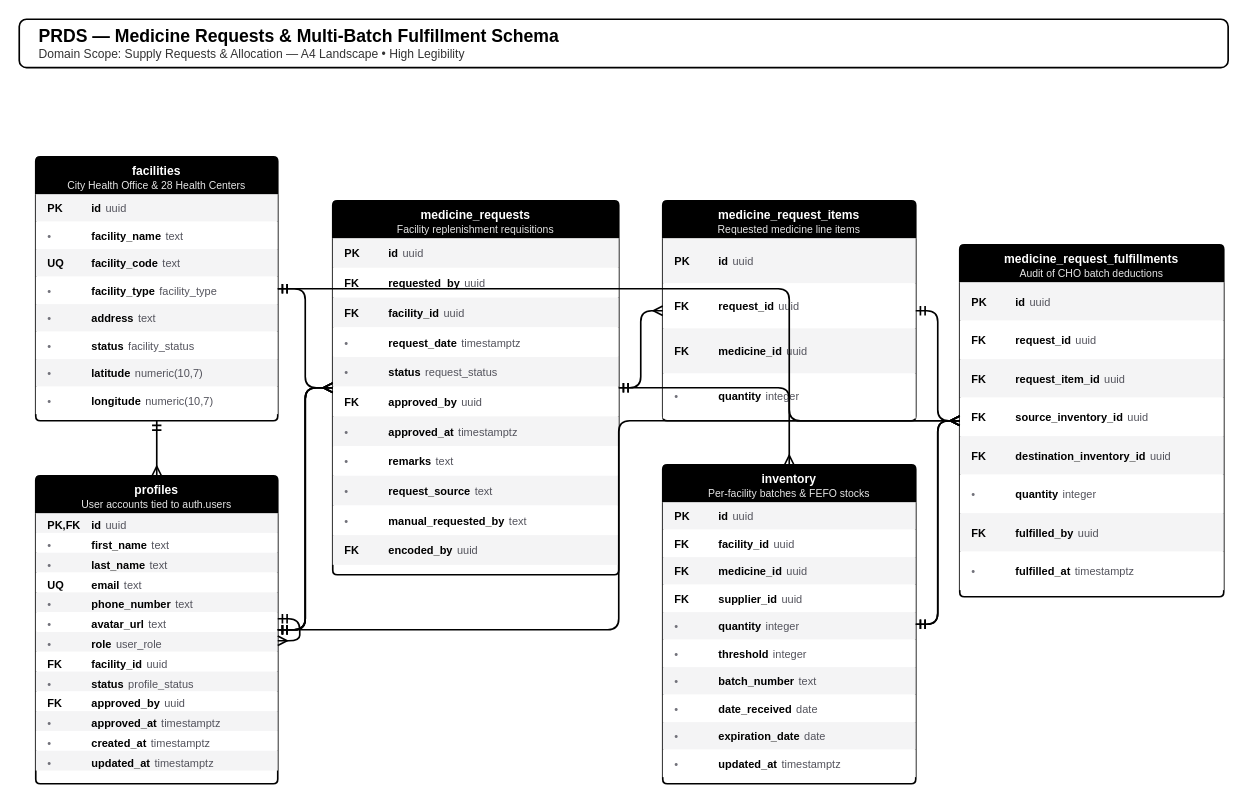
jooossshhhhh/pharmaceutical-resources-distribution-system keeps this draw.io diagram as page "3. Supply Requests & Batch Allocation" (6 of 9) of database/prds_erd_schema_a4.drawio. Above is the earlier version. Source tidied: cells renumbered, new cells numbered last; positions are measured from the earlier drawing's top-left corner, leaving out a move shared by most shapes. Both pictures are drawn from the tidied source at 110%, with x=0, y=0 at pixel (19, 19).
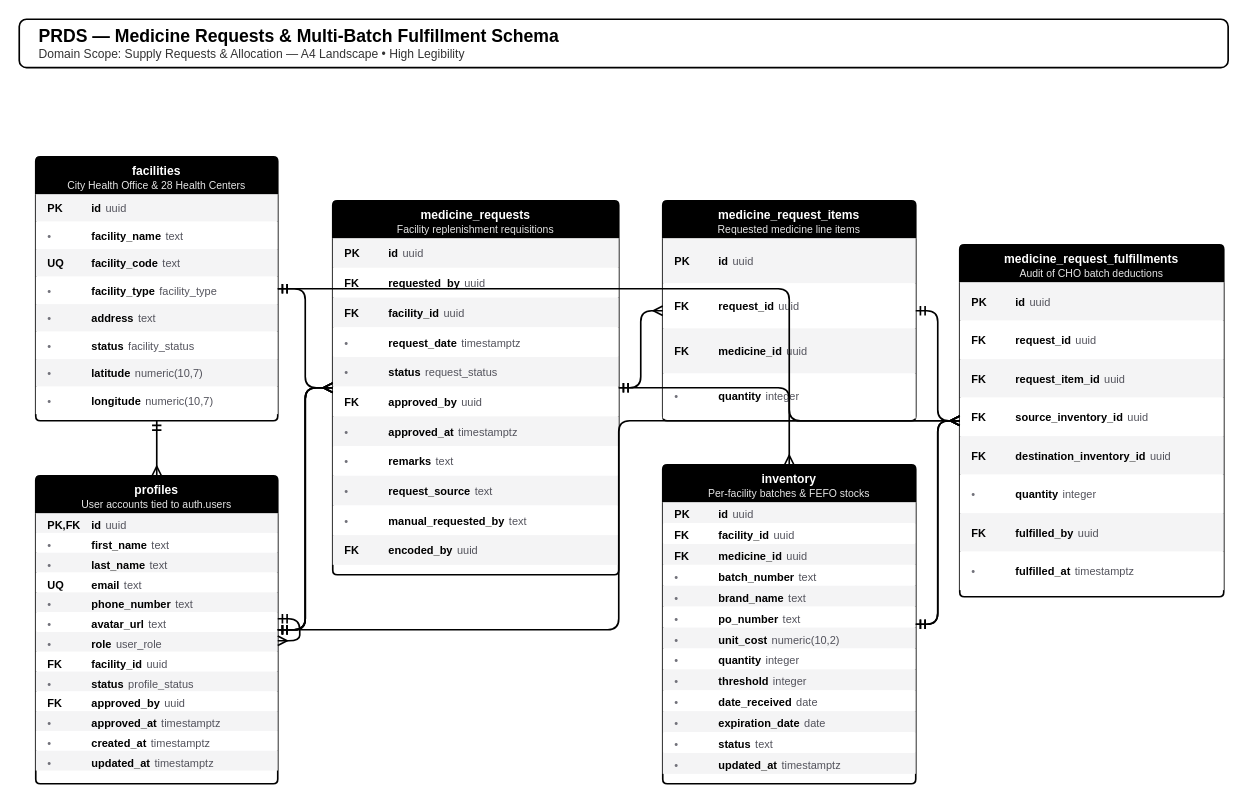
The same page after the edit.

The change refers to these unchanged cells:
```xml
<mxCell id="26" value="&lt;b&gt;inventory&lt;/b&gt;&lt;br&gt;&lt;font style=&quot;font-size:9.5px;font-weight:normal;opacity:0.9;&quot;&gt;Per-facility batches &amp; FEFO stocks&lt;/font&gt;" style="swimlane;fontStyle=0;align=center;verticalAlign=top;horizontal=1;startSize=34;whiteSpace=wrap;html=1;fillColor=#000000;fontColor=#ffffff;strokeColor=#000000;strokeWidth=1.5;rounded=1;arcSize=4;shadow=0;fontSize=11;fontFamily=Helvetica;" parent="1" vertex="1">
  <mxGeometry x="585" y="405" width="230" height="290" as="geometry" />
</mxCell>
```

Change to the diagram source:
```diff
@@
     <mxCell id="27" value="&lt;table width=&quot;100%&quot; style=&quot;font-size:10px;font-family:Helvetica;&quot;&gt;&lt;tr&gt;&lt;td width=&quot;36&quot;&gt;&lt;b style=&quot;color:#000000;&quot;&gt;PK&lt;/b&gt;&lt;/td&gt;&lt;td&gt;&lt;b style=&quot;color:#000000;&quot;&gt;id&lt;/b&gt;&lt;/td&gt;&lt;td align=&quot;right&quot; style=&quot;color:#52525b;&quot;&gt;uuid&lt;/td&gt;&lt;/tr&gt;&lt;/table&gt;" style="text;strokeColor=none;fillColor=#f4f4f5;align=left;verticalAlign=middle;spacingLeft=6;spacingRight=6;overflow=hidden;whiteSpace=wrap;html=1;" parent="26" vertex="1">
-      <mxGeometry y="34" width="230" height="25" as="geometry" />
+      <mxGeometry y="34" width="230" height="19" as="geometry" />
     </mxCell>
     <mxCell id="28" value="&lt;table width=&quot;100%&quot; style=&quot;font-size:10px;font-family:Helvetica;&quot;&gt;&lt;tr&gt;&lt;td width=&quot;36&quot;&gt;&lt;b style=&quot;color:#000000;&quot;&gt;FK&lt;/b&gt;&lt;/td&gt;&lt;td&gt;&lt;b style=&quot;color:#000000;&quot;&gt;facility_id&lt;/b&gt;&lt;/td&gt;&lt;td align=&quot;right&quot; style=&quot;color:#52525b;&quot;&gt;uuid&lt;/td&gt;&lt;/tr&gt;&lt;/table&gt;" style="text;strokeColor=none;fillColor=#ffffff;align=left;verticalAlign=middle;spacingLeft=6;spacingRight=6;overflow=hidden;whiteSpace=wrap;html=1;" parent="26" vertex="1">
-      <mxGeometry y="59" width="230" height="25" as="geometry" />
+      <mxGeometry y="53" width="230" height="19" as="geometry" />
     </mxCell>
     <mxCell id="29" value="&lt;table width=&quot;100%&quot; style=&quot;font-size:10px;font-family:Helvetica;&quot;&gt;&lt;tr&gt;&lt;td width=&quot;36&quot;&gt;&lt;b style=&quot;color:#000000;&quot;&gt;FK&lt;/b&gt;&lt;/td&gt;&lt;td&gt;&lt;b style=&quot;color:#000000;&quot;&gt;medicine_id&lt;/b&gt;&lt;/td&gt;&lt;td align=&quot;right&quot; style=&quot;color:#52525b;&quot;&gt;uuid&lt;/td&gt;&lt;/tr&gt;&lt;/table&gt;" style="text;strokeColor=none;fillColor=#f4f4f5;align=left;verticalAlign=middle;spacingLeft=6;spacingRight=6;overflow=hidden;whiteSpace=wrap;html=1;" parent="26" vertex="1">
-      <mxGeometry y="84" width="230" height="25" as="geometry" />
+      <mxGeometry y="72" width="230" height="19" as="geometry" />
     </mxCell>
-    <mxCell id="30" value="&lt;table width=&quot;100%&quot; style=&quot;font-size:10px;font-family:Helvetica;&quot;&gt;&lt;tr&gt;&lt;td width=&quot;36&quot;&gt;&lt;b style=&quot;color:#000000;&quot;&gt;FK&lt;/b&gt;&lt;/td&gt;&lt;td&gt;&lt;b style=&quot;color:#000000;&quot;&gt;supplier_id&lt;/b&gt;&lt;/td&gt;&lt;td align=&quot;right&quot; style=&quot;color:#52525b;&quot;&gt;uuid&lt;/td&gt;&lt;/tr&gt;&lt;/table&gt;" style="text;strokeColor=none;fillColor=#ffffff;align=left;verticalAlign=middle;spacingLeft=6;spacingRight=6;overflow=hidden;whiteSpace=wrap;html=1;" parent="26" vertex="1">
-      <mxGeometry y="109" width="230" height="25" as="geometry" />
+    <mxCell id="30" value="&lt;table width=&quot;100%&quot; style=&quot;font-size:10px;font-family:Helvetica;&quot;&gt;&lt;tr&gt;&lt;td width=&quot;36&quot;&gt;&lt;span style=&quot;color:#71717a;&quot;&gt;•&lt;/span&gt;&lt;/td&gt;&lt;td&gt;&lt;b style=&quot;color:#000000;&quot;&gt;batch_number&lt;/b&gt;&lt;/td&gt;&lt;td align=&quot;right&quot; style=&quot;color:#52525b;&quot;&gt;text&lt;/td&gt;&lt;/tr&gt;&lt;/table&gt;" style="text;strokeColor=none;fillColor=#ffffff;align=left;verticalAlign=middle;spacingLeft=6;spacingRight=6;overflow=hidden;whiteSpace=wrap;html=1;" parent="26" vertex="1">
+      <mxGeometry y="91" width="230" height="19" as="geometry" />
     </mxCell>
-    <mxCell id="31" value="&lt;table width=&quot;100%&quot; style=&quot;font-size:10px;font-family:Helvetica;&quot;&gt;&lt;tr&gt;&lt;td width=&quot;36&quot;&gt;&lt;span style=&quot;color:#71717a;&quot;&gt;•&lt;/span&gt;&lt;/td&gt;&lt;td&gt;&lt;b style=&quot;color:#000000;&quot;&gt;quantity&lt;/b&gt;&lt;/td&gt;&lt;td align=&quot;right&quot; style=&quot;color:#52525b;&quot;&gt;integer&lt;/td&gt;&lt;/tr&gt;&lt;/table&gt;" style="text;strokeColor=none;fillColor=#f4f4f5;align=left;verticalAlign=middle;spacingLeft=6;spacingRight=6;overflow=hidden;whiteSpace=wrap;html=1;" parent="26" vertex="1">
-      <mxGeometry y="134" width="230" height="25" as="geometry" />
+    <mxCell id="31" value="&lt;table width=&quot;100%&quot; style=&quot;font-size:10px;font-family:Helvetica;&quot;&gt;&lt;tr&gt;&lt;td width=&quot;36&quot;&gt;&lt;span style=&quot;color:#71717a;&quot;&gt;•&lt;/span&gt;&lt;/td&gt;&lt;td&gt;&lt;b style=&quot;color:#000000;&quot;&gt;brand_name&lt;/b&gt;&lt;/td&gt;&lt;td align=&quot;right&quot; style=&quot;color:#52525b;&quot;&gt;text&lt;/td&gt;&lt;/tr&gt;&lt;/table&gt;" style="text;strokeColor=none;fillColor=#f4f4f5;align=left;verticalAlign=middle;spacingLeft=6;spacingRight=6;overflow=hidden;whiteSpace=wrap;html=1;" parent="26" vertex="1">
+      <mxGeometry y="110" width="230" height="19" as="geometry" />
     </mxCell>
-    <mxCell id="32" value="&lt;table width=&quot;100%&quot; style=&quot;font-size:10px;font-family:Helvetica;&quot;&gt;&lt;tr&gt;&lt;td width=&quot;36&quot;&gt;&lt;span style=&quot;color:#71717a;&quot;&gt;•&lt;/span&gt;&lt;/td&gt;&lt;td&gt;&lt;b style=&quot;color:#000000;&quot;&gt;threshold&lt;/b&gt;&lt;/td&gt;&lt;td align=&quot;right&quot; style=&quot;color:#52525b;&quot;&gt;integer&lt;/td&gt;&lt;/tr&gt;&lt;/table&gt;" style="text;strokeColor=none;fillColor=#ffffff;align=left;verticalAlign=middle;spacingLeft=6;spacingRight=6;overflow=hidden;whiteSpace=wrap;html=1;" parent="26" vertex="1">
-      <mxGeometry y="159" width="230" height="25" as="geometry" />
+    <mxCell id="32" value="&lt;table width=&quot;100%&quot; style=&quot;font-size:10px;font-family:Helvetica;&quot;&gt;&lt;tr&gt;&lt;td width=&quot;36&quot;&gt;&lt;span style=&quot;color:#71717a;&quot;&gt;•&lt;/span&gt;&lt;/td&gt;&lt;td&gt;&lt;b style=&quot;color:#000000;&quot;&gt;po_number&lt;/b&gt;&lt;/td&gt;&lt;td align=&quot;right&quot; style=&quot;color:#52525b;&quot;&gt;text&lt;/td&gt;&lt;/tr&gt;&lt;/table&gt;" style="text;strokeColor=none;fillColor=#ffffff;align=left;verticalAlign=middle;spacingLeft=6;spacingRight=6;overflow=hidden;whiteSpace=wrap;html=1;" parent="26" vertex="1">
+      <mxGeometry y="129" width="230" height="19" as="geometry" />
     </mxCell>
-    <mxCell id="33" value="&lt;table width=&quot;100%&quot; style=&quot;font-size:10px;font-family:Helvetica;&quot;&gt;&lt;tr&gt;&lt;td width=&quot;36&quot;&gt;&lt;span style=&quot;color:#71717a;&quot;&gt;•&lt;/span&gt;&lt;/td&gt;&lt;td&gt;&lt;b style=&quot;color:#000000;&quot;&gt;batch_number&lt;/b&gt;&lt;/td&gt;&lt;td align=&quot;right&quot; style=&quot;color:#52525b;&quot;&gt;text&lt;/td&gt;&lt;/tr&gt;&lt;/table&gt;" style="text;strokeColor=none;fillColor=#f4f4f5;align=left;verticalAlign=middle;spacingLeft=6;spacingRight=6;overflow=hidden;whiteSpace=wrap;html=1;" parent="26" vertex="1">
-      <mxGeometry y="184" width="230" height="25" as="geometry" />
+    <mxCell id="33" value="&lt;table width=&quot;100%&quot; style=&quot;font-size:10px;font-family:Helvetica;&quot;&gt;&lt;tr&gt;&lt;td width=&quot;36&quot;&gt;&lt;span style=&quot;color:#71717a;&quot;&gt;•&lt;/span&gt;&lt;/td&gt;&lt;td&gt;&lt;b style=&quot;color:#000000;&quot;&gt;unit_cost&lt;/b&gt;&lt;/td&gt;&lt;td align=&quot;right&quot; style=&quot;color:#52525b;&quot;&gt;numeric(10,2)&lt;/td&gt;&lt;/tr&gt;&lt;/table&gt;" style="text;strokeColor=none;fillColor=#f4f4f5;align=left;verticalAlign=middle;spacingLeft=6;spacingRight=6;overflow=hidden;whiteSpace=wrap;html=1;" parent="26" vertex="1">
+      <mxGeometry y="148" width="230" height="19" as="geometry" />
     </mxCell>
-    <mxCell id="34" value="&lt;table width=&quot;100%&quot; style=&quot;font-size:10px;font-family:Helvetica;&quot;&gt;&lt;tr&gt;&lt;td width=&quot;36&quot;&gt;&lt;span style=&quot;color:#71717a;&quot;&gt;•&lt;/span&gt;&lt;/td&gt;&lt;td&gt;&lt;b style=&quot;color:#000000;&quot;&gt;date_received&lt;/b&gt;&lt;/td&gt;&lt;td align=&quot;right&quot; style=&quot;color:#52525b;&quot;&gt;date&lt;/td&gt;&lt;/tr&gt;&lt;/table&gt;" style="text;strokeColor=none;fillColor=#ffffff;align=left;verticalAlign=middle;spacingLeft=6;spacingRight=6;overflow=hidden;whiteSpace=wrap;html=1;" parent="26" vertex="1">
-      <mxGeometry y="209" width="230" height="25" as="geometry" />
+    <mxCell id="34" value="&lt;table width=&quot;100%&quot; style=&quot;font-size:10px;font-family:Helvetica;&quot;&gt;&lt;tr&gt;&lt;td width=&quot;36&quot;&gt;&lt;span style=&quot;color:#71717a;&quot;&gt;•&lt;/span&gt;&lt;/td&gt;&lt;td&gt;&lt;b style=&quot;color:#000000;&quot;&gt;quantity&lt;/b&gt;&lt;/td&gt;&lt;td align=&quot;right&quot; style=&quot;color:#52525b;&quot;&gt;integer&lt;/td&gt;&lt;/tr&gt;&lt;/table&gt;" style="text;strokeColor=none;fillColor=#ffffff;align=left;verticalAlign=middle;spacingLeft=6;spacingRight=6;overflow=hidden;whiteSpace=wrap;html=1;" parent="26" vertex="1">
+      <mxGeometry y="167" width="230" height="19" as="geometry" />
     </mxCell>
-    <mxCell id="35" value="&lt;table width=&quot;100%&quot; style=&quot;font-size:10px;font-family:Helvetica;&quot;&gt;&lt;tr&gt;&lt;td width=&quot;36&quot;&gt;&lt;span style=&quot;color:#71717a;&quot;&gt;•&lt;/span&gt;&lt;/td&gt;&lt;td&gt;&lt;b style=&quot;color:#000000;&quot;&gt;expiration_date&lt;/b&gt;&lt;/td&gt;&lt;td align=&quot;right&quot; style=&quot;color:#52525b;&quot;&gt;date&lt;/td&gt;&lt;/tr&gt;&lt;/table&gt;" style="text;strokeColor=none;fillColor=#f4f4f5;align=left;verticalAlign=middle;spacingLeft=6;spacingRight=6;overflow=hidden;whiteSpace=wrap;html=1;" parent="26" vertex="1">
-      <mxGeometry y="234" width="230" height="25" as="geometry" />
+    <mxCell id="35" value="&lt;table width=&quot;100%&quot; style=&quot;font-size:10px;font-family:Helvetica;&quot;&gt;&lt;tr&gt;&lt;td width=&quot;36&quot;&gt;&lt;span style=&quot;color:#71717a;&quot;&gt;•&lt;/span&gt;&lt;/td&gt;&lt;td&gt;&lt;b style=&quot;color:#000000;&quot;&gt;threshold&lt;/b&gt;&lt;/td&gt;&lt;td align=&quot;right&quot; style=&quot;color:#52525b;&quot;&gt;integer&lt;/td&gt;&lt;/tr&gt;&lt;/table&gt;" style="text;strokeColor=none;fillColor=#f4f4f5;align=left;verticalAlign=middle;spacingLeft=6;spacingRight=6;overflow=hidden;whiteSpace=wrap;html=1;" parent="26" vertex="1">
+      <mxGeometry y="186" width="230" height="19" as="geometry" />
     </mxCell>
-    <mxCell id="36" value="&lt;table width=&quot;100%&quot; style=&quot;font-size:10px;font-family:Helvetica;&quot;&gt;&lt;tr&gt;&lt;td width=&quot;36&quot;&gt;&lt;span style=&quot;color:#71717a;&quot;&gt;•&lt;/span&gt;&lt;/td&gt;&lt;td&gt;&lt;b style=&quot;color:#000000;&quot;&gt;updated_at&lt;/b&gt;&lt;/td&gt;&lt;td align=&quot;right&quot; style=&quot;color:#52525b;&quot;&gt;timestamptz&lt;/td&gt;&lt;/tr&gt;&lt;/table&gt;" style="text;strokeColor=none;fillColor=#ffffff;align=left;verticalAlign=middle;spacingLeft=6;spacingRight=6;overflow=hidden;whiteSpace=wrap;html=1;" parent="26" vertex="1">
-      <mxGeometry y="259" width="230" height="25" as="geometry" />
+    <mxCell id="36" value="&lt;table width=&quot;100%&quot; style=&quot;font-size:10px;font-family:Helvetica;&quot;&gt;&lt;tr&gt;&lt;td width=&quot;36&quot;&gt;&lt;span style=&quot;color:#71717a;&quot;&gt;•&lt;/span&gt;&lt;/td&gt;&lt;td&gt;&lt;b style=&quot;color:#000000;&quot;&gt;date_received&lt;/b&gt;&lt;/td&gt;&lt;td align=&quot;right&quot; style=&quot;color:#52525b;&quot;&gt;date&lt;/td&gt;&lt;/tr&gt;&lt;/table&gt;" style="text;strokeColor=none;fillColor=#ffffff;align=left;verticalAlign=middle;spacingLeft=6;spacingRight=6;overflow=hidden;whiteSpace=wrap;html=1;" parent="26" vertex="1">
+      <mxGeometry y="205" width="230" height="19" as="geometry" />
     </mxCell>
+    <mxCell id="76" value="&lt;table width=&quot;100%&quot; style=&quot;font-size:10px;font-family:Helvetica;&quot;&gt;&lt;tr&gt;&lt;td width=&quot;36&quot;&gt;&lt;span style=&quot;color:#71717a;&quot;&gt;•&lt;/span&gt;&lt;/td&gt;&lt;td&gt;&lt;b style=&quot;color:#000000;&quot;&gt;expiration_date&lt;/b&gt;&lt;/td&gt;&lt;td align=&quot;right&quot; style=&quot;color:#52525b;&quot;&gt;date&lt;/td&gt;&lt;/tr&gt;&lt;/table&gt;" style="text;strokeColor=none;fillColor=#f4f4f5;align=left;verticalAlign=middle;spacingLeft=6;spacingRight=6;overflow=hidden;whiteSpace=wrap;html=1;" parent="26" vertex="1">
+      <mxGeometry y="224" width="230" height="19" as="geometry" />
+    </mxCell>
+    <mxCell id="77" value="&lt;table width=&quot;100%&quot; style=&quot;font-size:10px;font-family:Helvetica;&quot;&gt;&lt;tr&gt;&lt;td width=&quot;36&quot;&gt;&lt;span style=&quot;color:#71717a;&quot;&gt;•&lt;/span&gt;&lt;/td&gt;&lt;td&gt;&lt;b style=&quot;color:#000000;&quot;&gt;status&lt;/b&gt;&lt;/td&gt;&lt;td align=&quot;right&quot; style=&quot;color:#52525b;&quot;&gt;text&lt;/td&gt;&lt;/tr&gt;&lt;/table&gt;" style="text;strokeColor=none;fillColor=#ffffff;align=left;verticalAlign=middle;spacingLeft=6;spacingRight=6;overflow=hidden;whiteSpace=wrap;html=1;" parent="26" vertex="1">
+      <mxGeometry y="243" width="230" height="19" as="geometry" />
+    </mxCell>
+    <mxCell id="78" value="&lt;table width=&quot;100%&quot; style=&quot;font-size:10px;font-family:Helvetica;&quot;&gt;&lt;tr&gt;&lt;td width=&quot;36&quot;&gt;&lt;span style=&quot;color:#71717a;&quot;&gt;•&lt;/span&gt;&lt;/td&gt;&lt;td&gt;&lt;b style=&quot;color:#000000;&quot;&gt;updated_at&lt;/b&gt;&lt;/td&gt;&lt;td align=&quot;right&quot; style=&quot;color:#52525b;&quot;&gt;timestamptz&lt;/td&gt;&lt;/tr&gt;&lt;/table&gt;" style="text;strokeColor=none;fillColor=#f4f4f5;align=left;verticalAlign=middle;spacingLeft=6;spacingRight=6;overflow=hidden;whiteSpace=wrap;html=1;" parent="26" vertex="1">
+      <mxGeometry y="262" width="230" height="19" as="geometry" />
+    </mxCell>
```
